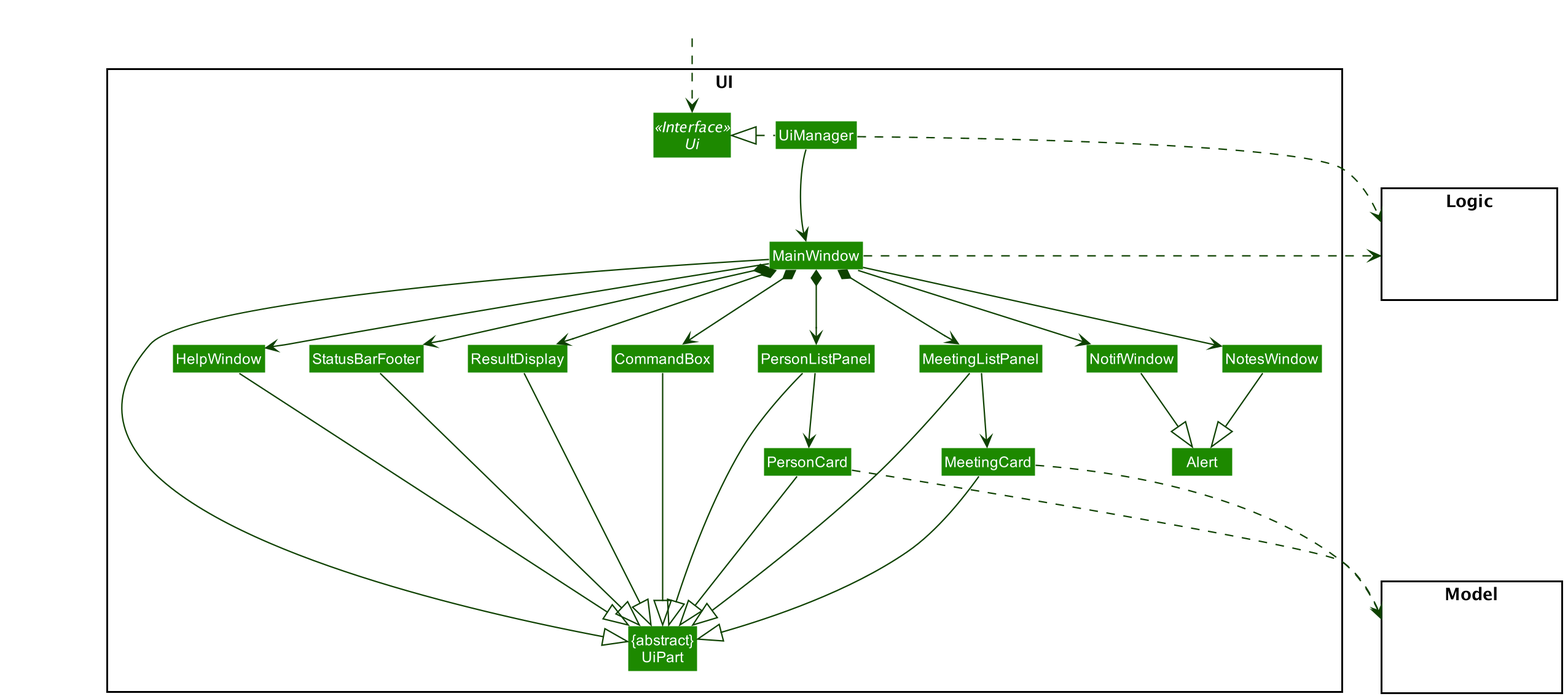
Above: docs/images/UiClassDiagram.png in nus-cs2103-AY2021S2/tp (PlantUML), before the change.
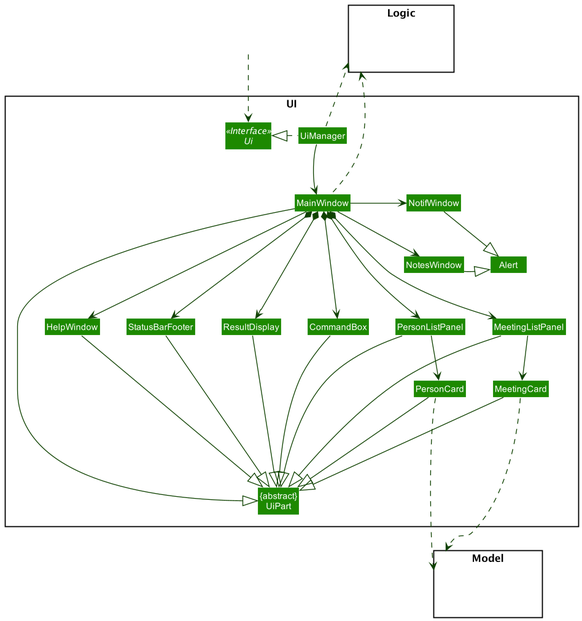
After the commit.

Commit message:
Update Ui Class Diagram to increase readability

Change to the diagram source:
```diff
@@ -44,8 +44,8 @@
 MainWindow *-down-> PersonListPanel
 MainWindow *-down-> MeetingListPanel
 MainWindow *-down-> StatusBarFooter
-MainWindow --> NotesWindow
-MainWindow --> NotifWindow
+MainWindow -left-> NotesWindow
+MainWindow -right-> NotifWindow
 
 
 PersonListPanel -down-> PersonCard
@@ -64,10 +64,10 @@
 NotifWindow --|> Alert
 MainWindow -|> UiPart
 
-PersonCard ...> Model
-MeetingCard ...> Model
-UiManager .> Logic
-MainWindow .> Logic
+PersonCard ..down..> Model
+MeetingCard ..down..> Model
+UiManager .up.> Logic
+MainWindow .up.> Logic
 
 MeetingCard -[hidden]left- PersonCard
 
@@ -76,5 +76,10 @@
 CommandBox -[hidden]left- ResultDisplay
 ResultDisplay -[hidden]left- StatusBarFooter
 StatusBarFooter -[hidden]left- HelpWindow
+NotesWindow -[hidden]up- NotifWindow
+MeetingListPanel -[hidden]up- NotesWindow
+NotesWindow -[hidden]right- Alert
+PersonCard -[hidden]down- Model
+
 
 @enduml
```
